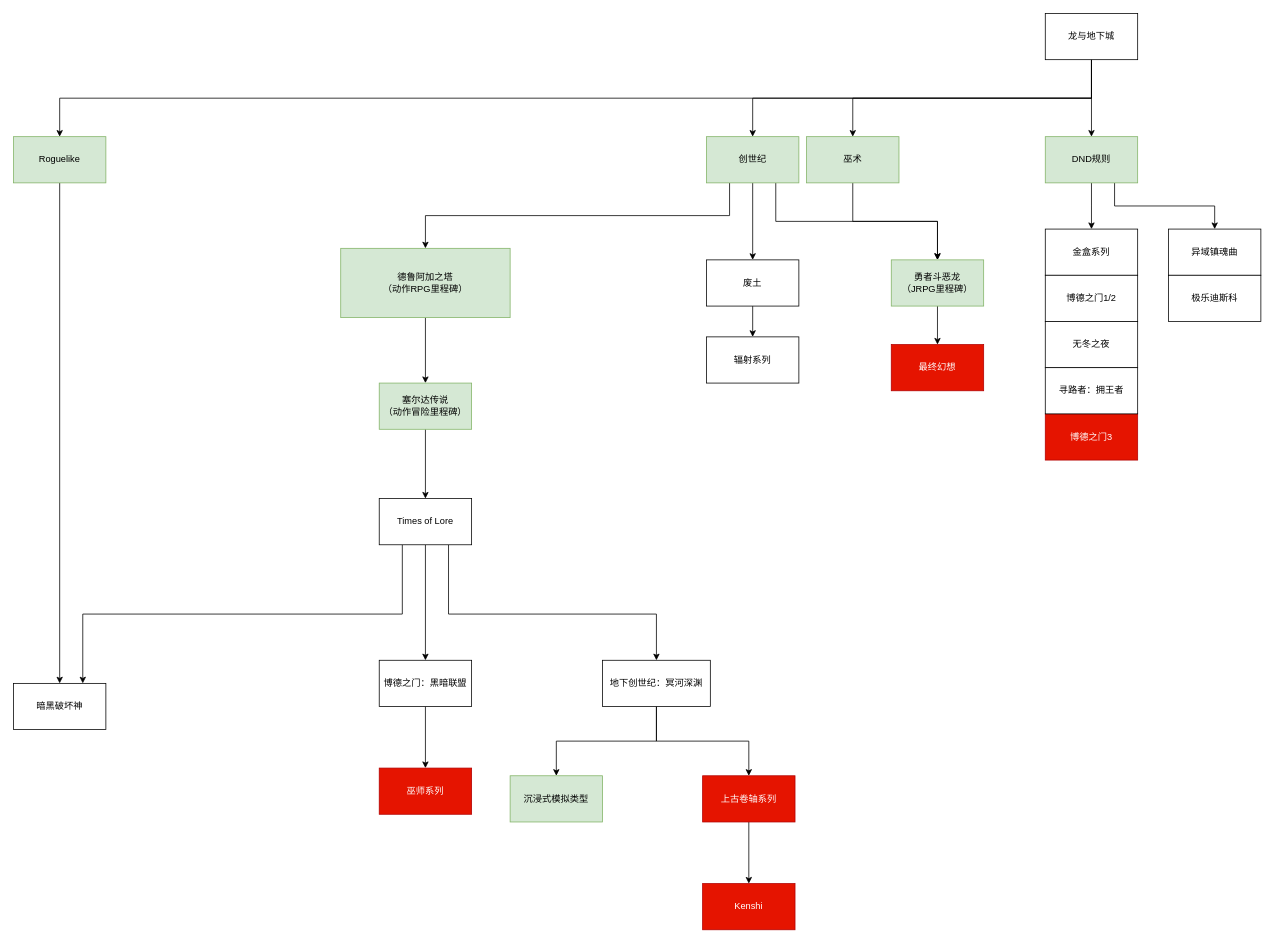
Before: RPGtree.drawio in sass00n1/StartFramework, a draw.io diagram. Source tidied: cells renumbered, new cells numbered last; positions are measured from the earlier drawing's top-left corner, leaving out a move shared by most shapes. Both pictures are drawn from the tidied source at 77%, with x=0, y=0 at pixel (13, 13).
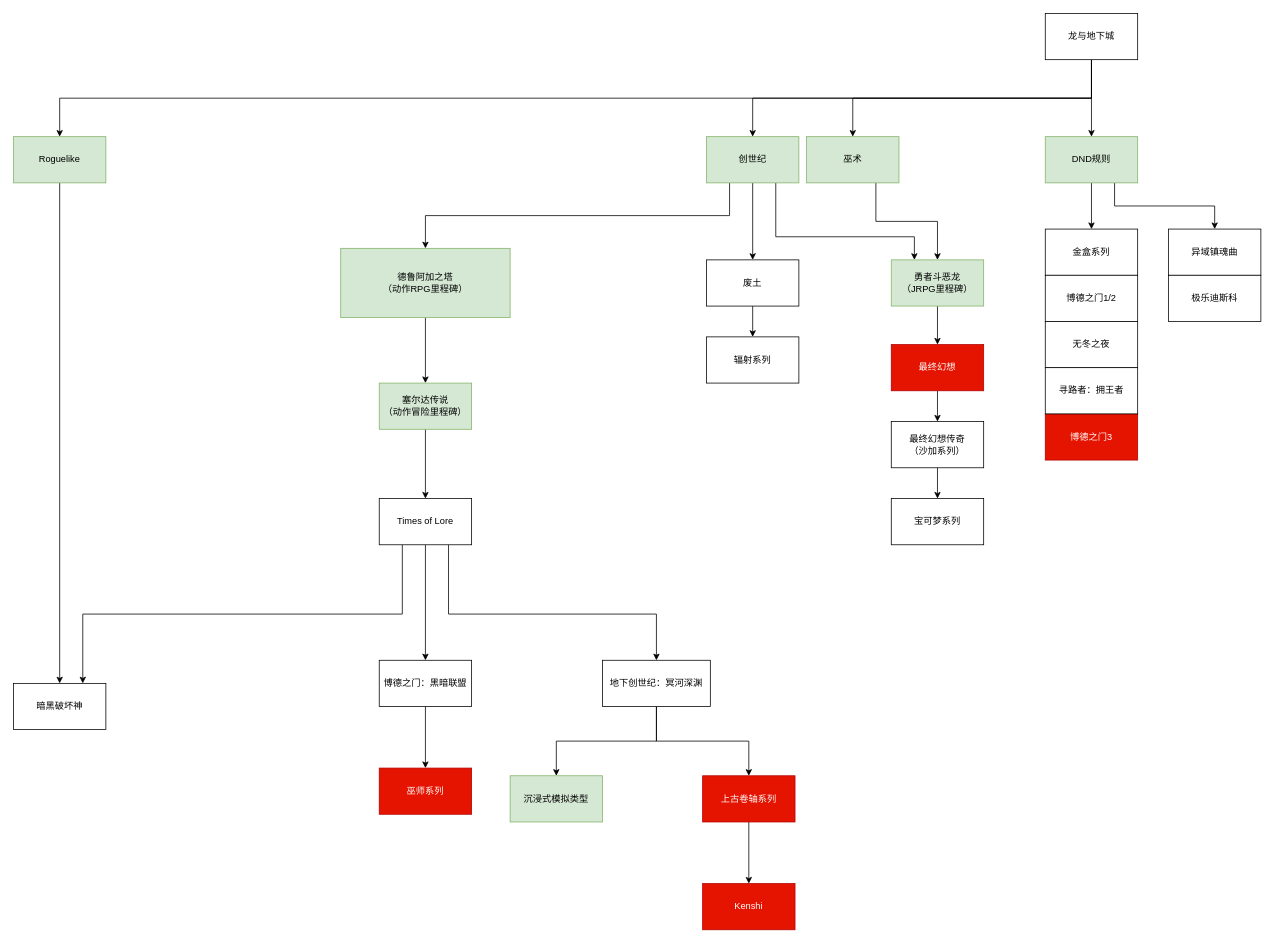
The same page after the edit.

The change refers to these unchanged cells:
```xml
<mxCell id="10" value="创世纪" style="rounded=0;whiteSpace=wrap;html=1;fillColor=#d5e8d4;strokeColor=#82b366;" parent="1" vertex="1">
  <mxGeometry x="900" y="160" width="120" height="60" as="geometry" />
</mxCell>
<mxCell id="12" value="巫术" style="rounded=0;whiteSpace=wrap;html=1;fillColor=#d5e8d4;strokeColor=#82b366;" parent="1" vertex="1">
  <mxGeometry x="1030" y="160" width="120" height="60" as="geometry" />
</mxCell>
<mxCell id="14" value="&lt;div&gt;勇者斗恶龙&lt;/div&gt;&lt;div&gt;（JRPG里程碑）&lt;br&gt;&lt;/div&gt;" style="rounded=0;whiteSpace=wrap;html=1;fillColor=#d5e8d4;strokeColor=#82b366;" parent="1" vertex="1">
  <mxGeometry x="1140" y="320" width="120" height="60" as="geometry" />
</mxCell>
<mxCell id="48" value="最终幻想" style="rounded=0;whiteSpace=wrap;html=1;fillColor=#e51400;fontColor=#ffffff;strokeColor=#B20000;" parent="1" vertex="1">
  <mxGeometry x="1140" y="430" width="120" height="60" as="geometry" />
</mxCell>
```

What changed in the source:
```diff
@@
-    <mxCell id="7" style="edgeStyle=orthogonalEdgeStyle;rounded=0;jettySize=auto;html=1;exitX=0.75;exitY=1;exitDx=0;exitDy=0;entryX=0.5;entryY=0;entryDx=0;entryDy=0;" parent="1" edge="1" source="10" target="14">
-      <mxGeometry relative="1" as="geometry" />
+    <mxCell id="7" style="edgeStyle=orthogonalEdgeStyle;rounded=0;jettySize=auto;html=1;exitX=0.75;exitY=1;exitDx=0;exitDy=0;entryX=0.25;entryY=0;entryDx=0;entryDy=0;" parent="1" edge="1" source="10" target="14">
+      <mxGeometry relative="1" as="geometry">
+        <Array as="points">
+          <mxPoint x="990" y="290" />
+          <mxPoint x="1170" y="290" />
+        </Array>
+      </mxGeometry>
     </mxCell>
@@
-    <mxCell id="11" style="edgeStyle=orthogonalEdgeStyle;rounded=0;jettySize=auto;html=1;entryX=0.5;entryY=0;entryDx=0;entryDy=0;" parent="1" edge="1" source="12" target="14">
+    <mxCell id="11" style="edgeStyle=orthogonalEdgeStyle;rounded=0;jettySize=auto;html=1;exitX=0.75;exitY=1;exitDx=0;exitDy=0;entryX=0.5;entryY=0;entryDx=0;entryDy=0;" parent="1" edge="1" source="12" target="14">
       <mxGeometry relative="1" as="geometry" />
     </mxCell>
@@
+    <mxCell id="50" style="edgeStyle=orthogonalEdgeStyle;rounded=0;jettySize=auto;html=1;exitX=0.5;exitY=1;exitDx=0;exitDy=0;entryX=0.5;entryY=0;entryDx=0;entryDy=0;" parent="1" edge="1" source="48" target="52">
+      <mxGeometry relative="1" as="geometry" />
+    </mxCell>
@@
+    <mxCell id="51" style="edgeStyle=orthogonalEdgeStyle;rounded=0;jettySize=auto;html=1;exitX=0.5;exitY=1;exitDx=0;exitDy=0;entryX=0.5;entryY=0;entryDx=0;entryDy=0;" parent="1" edge="1" source="52" target="53">
+      <mxGeometry relative="1" as="geometry" />
+    </mxCell>
+    <mxCell id="52" value="&lt;div&gt;最终幻想传奇&lt;/div&gt;&lt;div&gt;（沙加系列）&lt;/div&gt;" style="rounded=0;whiteSpace=wrap;html=1;" parent="1" vertex="1">
+      <mxGeometry x="1140" y="530" width="120" height="60" as="geometry" />
+    </mxCell>
+    <mxCell id="53" value="宝可梦系列" style="rounded=0;whiteSpace=wrap;html=1;" parent="1" vertex="1">
+      <mxGeometry x="1140" y="630" width="120" height="60" as="geometry" />
+    </mxCell>
```
